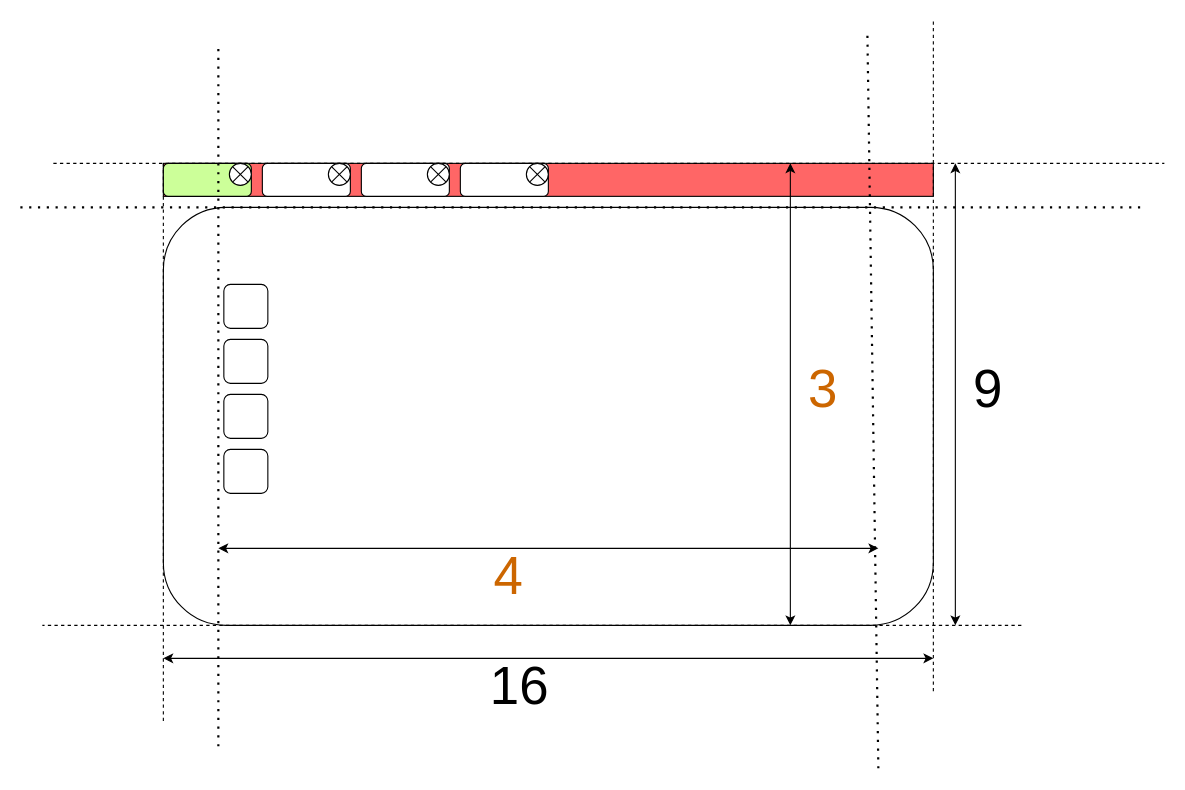
This is PCUI_TXWQ.drawio from atom123/Draw, a draw.io file, before an edit. Source tidied: cells renumbered, new cells numbered last; positions are measured from the earlier drawing's top-left corner, leaving out a move shared by most shapes. Both pictures are drawn from the tidied source at 110%, with x=0, y=0 at pixel (20, 19).
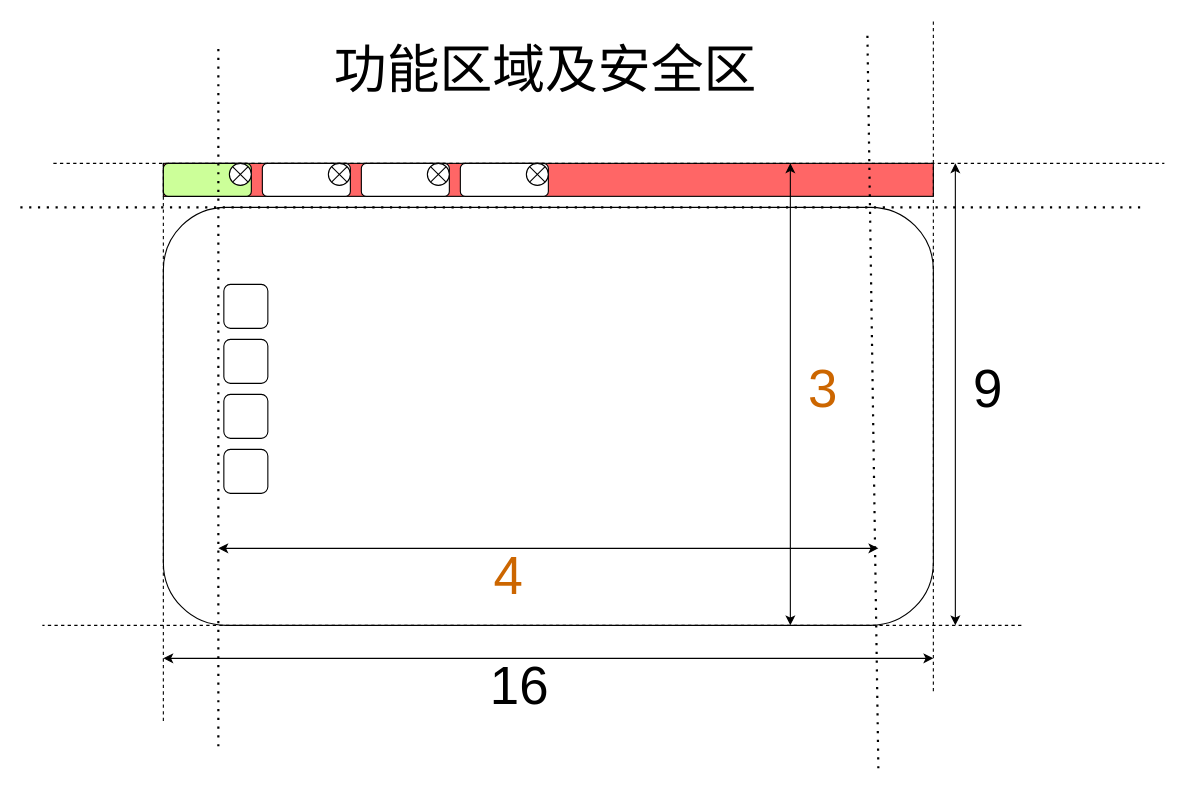
After the change.

What changed in the source:
```diff
@@
+    <mxCell id="31" value="&lt;font color=&quot;#000000&quot;&gt;功能区域及安全区&lt;/font&gt;" style="text;html=1;strokeColor=none;fillColor=none;align=center;verticalAlign=middle;whiteSpace=wrap;rounded=0;fontSize=48;fontColor=#CC6600;" parent="1" vertex="1">
+      <mxGeometry x="130" y="31" width="695" height="30" as="geometry" />
+    </mxCell>
```
